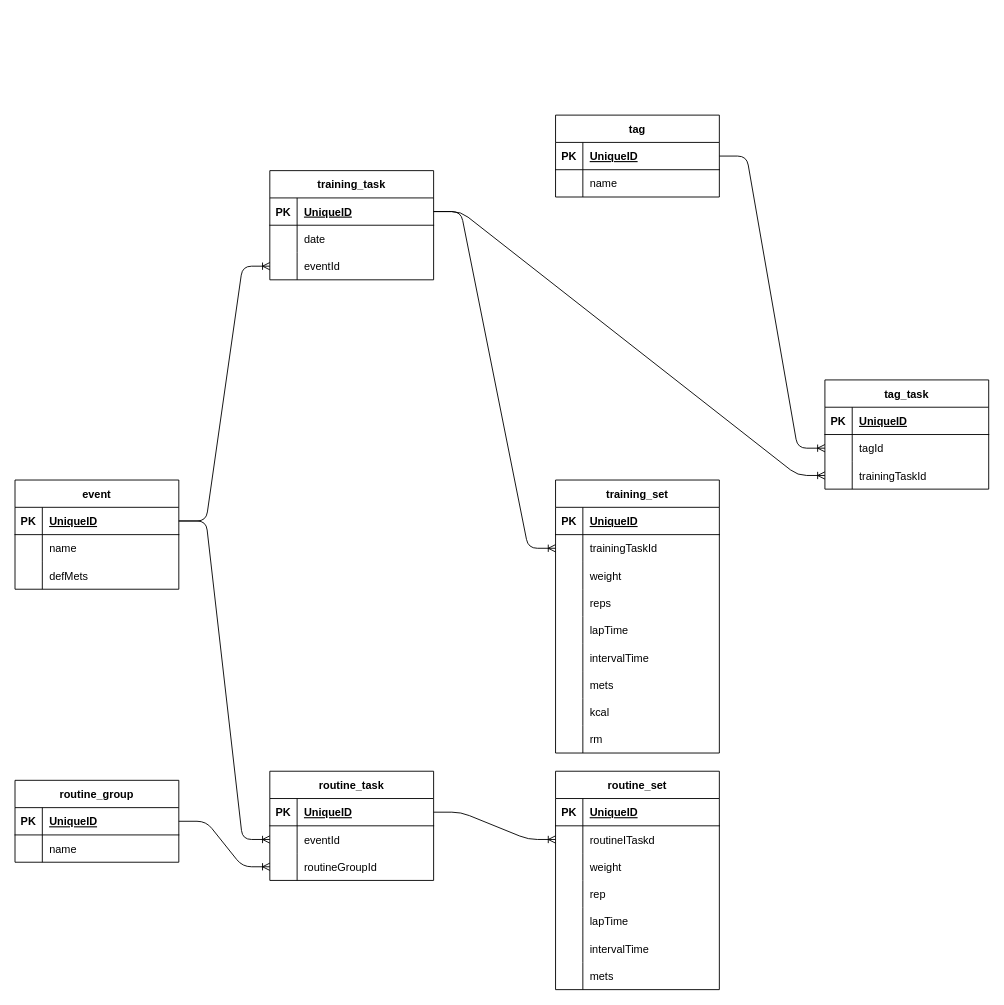
Earlier version of the draw.io diagram doc/db.dio (NaitoFumi/atlas). Source tidied: cells renumbered, new cells numbered last; positions are measured from the earlier drawing's top-left corner, leaving out a move shared by most shapes. Both pictures are drawn from the tidied source at 91%, with x=0, y=0 at pixel (15, 115).
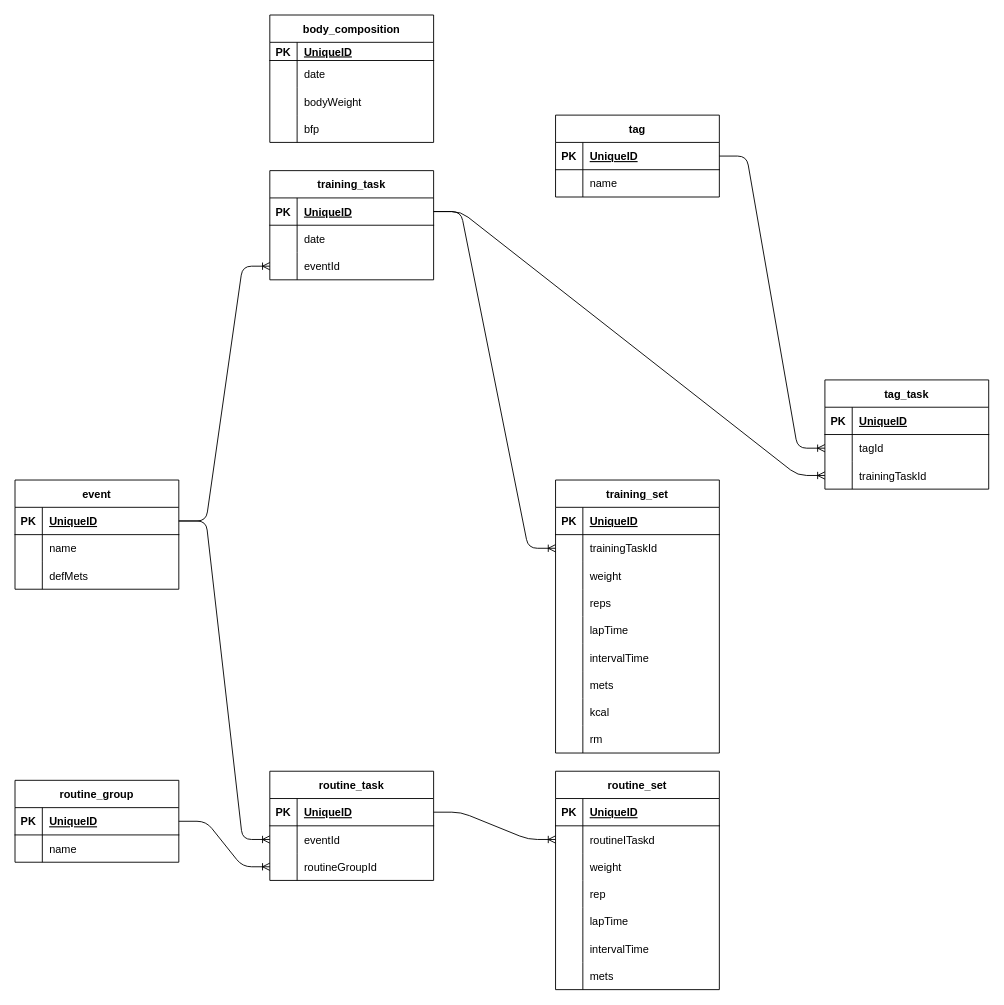
Above is the later version.

What changed in the source:
```diff
@@
+    <mxCell id="113" value="body_composition" style="shape=table;startSize=30;childLayout=tableLayout;rowLines=0;fontStyle=1;align=center;" parent="1" vertex="1">
+      <mxGeometry x="280" y="-110" width="180" height="140" as="geometry" />
+    </mxCell>
+    <mxCell id="114" style="shape=tableRow;horizontal=0;startSize=0;swimlaneHead=0;swimlaneBody=0;fillColor=none;top=0;left=0;right=0;bottom=1;" parent="113" vertex="1">
+      <mxGeometry y="30" width="180" height="20" as="geometry" />
+    </mxCell>
+    <mxCell id="115" value="PK" style="shape=partialRectangle;fillColor=none;top=0;left=0;bottom=0;right=0;fontStyle=1;overflow=hidden;" parent="114" vertex="1">
+      <mxGeometry width="30" height="20" as="geometry" />
+    </mxCell>
+    <mxCell id="116" value="UniqueID" style="shape=partialRectangle;fillColor=none;top=0;left=0;bottom=0;right=0;align=left;spacingLeft=6;fontStyle=5;overflow=hidden;" parent="114" vertex="1">
+      <mxGeometry x="30" width="150" height="20" as="geometry" />
+    </mxCell>
+    <mxCell id="117" style="shape=tableRow;horizontal=0;startSize=0;swimlaneHead=0;swimlaneBody=0;fillColor=none;top=0;left=0;right=0;bottom=0;" parent="113" vertex="1">
+      <mxGeometry y="50" width="180" height="30" as="geometry" />
+    </mxCell>
+    <mxCell id="118" style="shape=partialRectangle;fillColor=none;top=0;left=0;bottom=0;right=0;overflow=hidden;" parent="117" vertex="1">
+      <mxGeometry width="30" height="30" as="geometry" />
+    </mxCell>
+    <mxCell id="119" value="date" style="shape=partialRectangle;fillColor=none;top=0;left=0;bottom=0;right=0;align=left;spacingLeft=6;overflow=hidden;" parent="117" vertex="1">
+      <mxGeometry x="30" width="150" height="30" as="geometry" />
+    </mxCell>
+    <mxCell id="120" style="shape=tableRow;horizontal=0;startSize=0;swimlaneHead=0;swimlaneBody=0;fillColor=none;top=0;left=0;right=0;bottom=0;" parent="113" vertex="1">
+      <mxGeometry y="80" width="180" height="30" as="geometry" />
+    </mxCell>
+    <mxCell id="121" style="shape=partialRectangle;fillColor=none;top=0;left=0;bottom=0;right=0;overflow=hidden;" parent="120" vertex="1">
+      <mxGeometry width="30" height="30" as="geometry" />
+    </mxCell>
+    <mxCell id="122" value="bodyWeight" style="shape=partialRectangle;fillColor=none;top=0;left=0;bottom=0;right=0;align=left;spacingLeft=6;overflow=hidden;" parent="120" vertex="1">
+      <mxGeometry x="30" width="150" height="30" as="geometry" />
+    </mxCell>
+    <mxCell id="123" style="shape=tableRow;horizontal=0;startSize=0;swimlaneHead=0;swimlaneBody=0;fillColor=none;top=0;left=0;right=0;bottom=0;" parent="113" vertex="1">
+      <mxGeometry y="110" width="180" height="30" as="geometry" />
+    </mxCell>
+    <mxCell id="124" style="shape=partialRectangle;fillColor=none;top=0;left=0;bottom=0;right=0;overflow=hidden;" parent="123" vertex="1">
+      <mxGeometry width="30" height="30" as="geometry" />
+    </mxCell>
+    <mxCell id="125" value="bfp" style="shape=partialRectangle;fillColor=none;top=0;left=0;bottom=0;right=0;align=left;spacingLeft=6;overflow=hidden;" parent="123" vertex="1">
+      <mxGeometry x="30" width="150" height="30" as="geometry" />
+    </mxCell>
```
